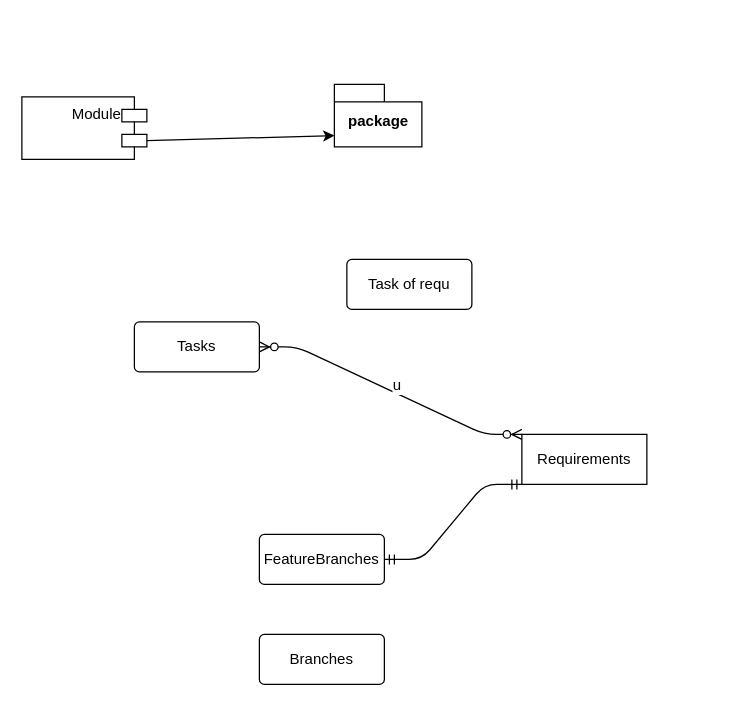
Above: drawioDemos/demo.drawio in veponen/ITProjektienPerusteet (draw.io), before the change. Source tidied: cells renumbered, new cells numbered last; positions are measured from the earlier drawing's top-left corner, leaving out a move shared by most shapes. Both pictures are drawn from the tidied source at 125%, with x=0, y=0 at pixel (21, 84).
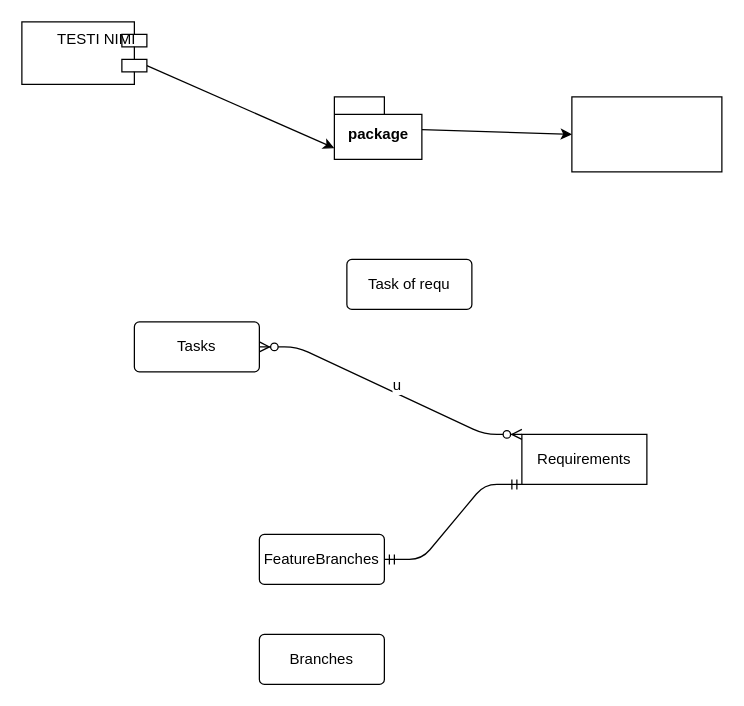
The same diagram, later.

The edit, as a diff of the source:
```diff
@@
 <mxGraphModel>
   <root>
     <mxCell id="0" />
     <mxCell id="1" parent="0" />
     <mxCell id="2" style="edgeStyle=none;html=1;exitX=0;exitY=0;exitDx=0;exitDy=15;exitPerimeter=0;entryX=0;entryY=0;entryDx=0;entryDy=41;entryPerimeter=0;" parent="1" edge="1" source="3" target="4">
       <mxGeometry relative="1" as="geometry" />
     </mxCell>
-    <mxCell id="3" value="Module" style="shape=module;align=left;spacingLeft=20;align=center;verticalAlign=top;direction=west;" parent="1" vertex="1">
-      <mxGeometry y="10" width="100" height="50" as="geometry" />
+    <mxCell id="3" value="TESTI NIMI&#10;" style="shape=module;align=left;spacingLeft=20;align=center;verticalAlign=top;direction=west;" parent="1" vertex="1">
+      <mxGeometry y="-50" width="100" height="50" as="geometry" />
     </mxCell>
+    <mxCell id="12" style="edgeStyle=none;html=1;entryX=0;entryY=0.5;entryDx=0;entryDy=0;" parent="1" edge="1" source="4" target="13">
+      <mxGeometry relative="1" as="geometry" />
+    </mxCell>
     <mxCell id="4" value="package" style="shape=folder;fontStyle=1;spacingTop=10;tabWidth=40;tabHeight=14;tabPosition=left;html=1;" parent="1" vertex="1">
-      <mxGeometry x="250" width="70" height="50" as="geometry" />
+      <mxGeometry x="250" y="10" width="70" height="50" as="geometry" />
     </mxCell>
     <mxCell id="5" value="Requirements" style="whiteSpace=wrap;html=1;align=center;" parent="1" vertex="1">
       <mxGeometry x="400" y="280" width="100" height="40" as="geometry" />
     </mxCell>
     <mxCell id="6" value="Tasks" style="rounded=1;arcSize=10;whiteSpace=wrap;html=1;align=center;" parent="1" vertex="1">
       <mxGeometry x="90" y="190" width="100" height="40" as="geometry" />
     </mxCell>
     <mxCell id="7" value="Branches" style="rounded=1;arcSize=10;whiteSpace=wrap;html=1;align=center;" parent="1" vertex="1">
       <mxGeometry x="190" y="440" width="100" height="40" as="geometry" />
     </mxCell>
     <mxCell id="8" value="FeatureBranches" style="rounded=1;arcSize=10;whiteSpace=wrap;html=1;align=center;" parent="1" vertex="1">
       <mxGeometry x="190" y="360" width="100" height="40" as="geometry" />
     </mxCell>
     <mxCell id="9" style="edgeStyle=entityRelationEdgeStyle;fontSize=12;html=1;endArrow=ERmandOne;startArrow=ERmandOne;entryX=0;entryY=1;entryDx=0;entryDy=0;exitX=1;exitY=0.5;exitDx=0;exitDy=0;" parent="1" edge="1" source="8" target="5">
       <mxGeometry relative="1" as="geometry" />
     </mxCell>
     <mxCell id="10" value="Task of requ" style="rounded=1;arcSize=10;whiteSpace=wrap;html=1;align=center;" parent="1" vertex="1">
       <mxGeometry x="260" y="140" width="100" height="40" as="geometry" />
     </mxCell>
     <mxCell id="11" value="u" style="edgeStyle=entityRelationEdgeStyle;fontSize=12;html=1;endArrow=ERzeroToMany;endFill=1;startArrow=ERzeroToMany;exitX=1;exitY=0.5;exitDx=0;exitDy=0;entryX=0;entryY=0;entryDx=0;entryDy=0;" parent="1" edge="1" source="6" target="5">
       <mxGeometry x="0.03" y="6" relative="1" as="geometry" />
     </mxCell>
+    <mxCell id="13" style="rounded=0;whiteSpace=wrap;html=1;" parent="1" vertex="1">
+      <mxGeometry x="440" y="10" width="120" height="60" as="geometry" />
+    </mxCell>
   </root>
 </mxGraphModel>
```
